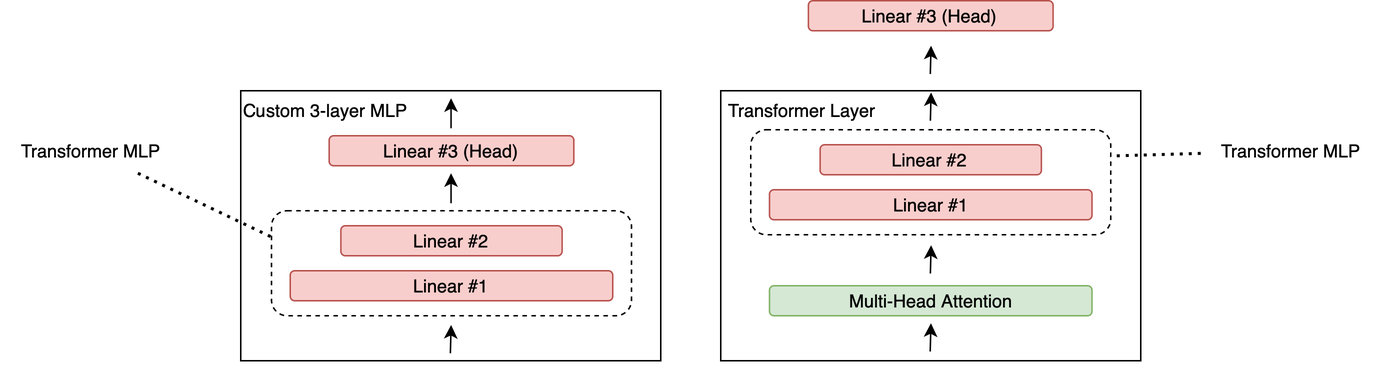
Earlier version of the draw.io export docs/thesis/figures/comparison_shared_mlp_transformer.png (TimCares/MasterThesis). Source tidied: cells renumbered, new cells last; positions are measured from the earlier drawing's top-left corner, leaving out a move shared by most shapes. The source it was exported from:
```xml
<mxGraphModel>
  <root>
    <mxCell id="0" />
    <mxCell id="1" parent="0" />
    <mxCell id="2" value="&lt;div&gt;Custom 3-layer MLP&lt;/div&gt;&lt;div&gt;&lt;br&gt;&lt;/div&gt;&lt;div&gt;&lt;br&gt;&lt;/div&gt;&lt;div&gt;&lt;br&gt;&lt;/div&gt;&lt;div&gt;&lt;br&gt;&lt;/div&gt;&lt;div&gt;&lt;br&gt;&lt;/div&gt;&lt;div&gt;&lt;br&gt;&lt;/div&gt;&lt;div&gt;&lt;br&gt;&lt;/div&gt;&lt;div&gt;&lt;br&gt;&lt;/div&gt;&lt;div&gt;&lt;br&gt;&lt;/div&gt;&lt;div&gt;&lt;br&gt;&lt;/div&gt;&lt;div&gt;&lt;br&gt;&lt;/div&gt;" style="rounded=0;whiteSpace=wrap;html=1;align=left;" parent="1" vertex="1">
      <mxGeometry x="160" y="60" width="280" height="180" as="geometry" />
    </mxCell>
    <mxCell id="3" value="Linear #3 (Head)" style="rounded=1;whiteSpace=wrap;html=1;fillColor=#f8cecc;strokeColor=#b85450;" parent="1" vertex="1">
      <mxGeometry x="218.9" y="90" width="163.1" height="20" as="geometry" />
    </mxCell>
    <mxCell id="4" style="endArrow=classic;html=1;rounded=0;exitX=0.5;exitY=0.938;exitDx=0;exitDy=0;exitPerimeter=0;entryX=0.5;entryY=1;entryDx=0;entryDy=0;" parent="1" edge="1">
      <mxGeometry relative="1" as="geometry">
        <mxPoint x="299.8" y="235" as="sourcePoint" />
        <mxPoint x="300.2" y="216.2" as="targetPoint" />
      </mxGeometry>
    </mxCell>
    <mxCell id="5" style="endArrow=classic;html=1;rounded=0;exitX=0.5;exitY=0.938;exitDx=0;exitDy=0;exitPerimeter=0;entryX=0.5;entryY=1;entryDx=0;entryDy=0;" parent="1" edge="1">
      <mxGeometry relative="1" as="geometry">
        <mxPoint x="300.2" y="135" as="sourcePoint" />
        <mxPoint x="300.2" y="115" as="targetPoint" />
      </mxGeometry>
    </mxCell>
    <mxCell id="6" style="endArrow=classic;html=1;rounded=0;exitX=0.5;exitY=0.938;exitDx=0;exitDy=0;exitPerimeter=0;entryX=0.5;entryY=1;entryDx=0;entryDy=0;" parent="1" edge="1">
      <mxGeometry relative="1" as="geometry">
        <mxPoint x="300.2" y="85" as="sourcePoint" />
        <mxPoint x="300.2" y="65" as="targetPoint" />
      </mxGeometry>
    </mxCell>
    <mxCell id="7" value="&lt;div&gt;&amp;nbsp;Transformer Layer&lt;/div&gt;&lt;div&gt;&lt;br&gt;&lt;/div&gt;&lt;div&gt;&lt;br&gt;&lt;/div&gt;&lt;div&gt;&lt;br&gt;&lt;/div&gt;&lt;div&gt;&lt;br&gt;&lt;/div&gt;&lt;div&gt;&lt;br&gt;&lt;/div&gt;&lt;div&gt;&lt;br&gt;&lt;/div&gt;&lt;div&gt;&lt;br&gt;&lt;/div&gt;&lt;div&gt;&lt;br&gt;&lt;/div&gt;&lt;div&gt;&lt;br&gt;&lt;/div&gt;&lt;div&gt;&lt;br&gt;&lt;/div&gt;&lt;div&gt;&lt;br&gt;&lt;/div&gt;" style="rounded=0;whiteSpace=wrap;html=1;align=left;" parent="1" vertex="1">
      <mxGeometry x="480" y="60" width="280" height="180" as="geometry" />
    </mxCell>
    <mxCell id="8" value="Multi-Head Attention" style="rounded=1;whiteSpace=wrap;html=1;fillColor=#d5e8d4;strokeColor=#82b366;" parent="1" vertex="1">
      <mxGeometry x="512.5" y="190" width="215" height="20" as="geometry" />
    </mxCell>
    <mxCell id="9" value="&lt;div&gt;&lt;br&gt;&lt;/div&gt;" style="rounded=1;whiteSpace=wrap;html=1;dashed=1;align=left;" parent="1" vertex="1">
      <mxGeometry x="500" y="86" width="240" height="70" as="geometry" />
    </mxCell>
    <mxCell id="10" value="Linear #1" style="rounded=1;whiteSpace=wrap;html=1;fillColor=#f8cecc;strokeColor=#b85450;" parent="1" vertex="1">
      <mxGeometry x="512.5" y="126" width="215" height="20" as="geometry" />
    </mxCell>
    <mxCell id="11" value="Linear #2" style="rounded=1;whiteSpace=wrap;html=1;fillColor=#f8cecc;strokeColor=#b85450;" parent="1" vertex="1">
      <mxGeometry x="546.2" y="96" width="147.5" height="20" as="geometry" />
    </mxCell>
    <mxCell id="12" style="endArrow=classic;html=1;rounded=0;exitX=0.5;exitY=0.938;exitDx=0;exitDy=0;exitPerimeter=0;entryX=0.5;entryY=1;entryDx=0;entryDy=0;" parent="1" edge="1">
      <mxGeometry relative="1" as="geometry">
        <mxPoint x="619.6" y="233.8" as="sourcePoint" />
        <mxPoint x="620.1" y="215" as="targetPoint" />
      </mxGeometry>
    </mxCell>
    <mxCell id="13" style="endArrow=classic;html=1;rounded=0;exitX=0.5;exitY=0.938;exitDx=0;exitDy=0;exitPerimeter=0;entryX=0.5;entryY=1;entryDx=0;entryDy=0;" parent="1" edge="1">
      <mxGeometry relative="1" as="geometry">
        <mxPoint x="619.8" y="181.8" as="sourcePoint" />
        <mxPoint x="620.2" y="163" as="targetPoint" />
      </mxGeometry>
    </mxCell>
    <mxCell id="14" style="endArrow=classic;html=1;rounded=0;exitX=0.5;exitY=0.938;exitDx=0;exitDy=0;exitPerimeter=0;entryX=0.5;entryY=1;entryDx=0;entryDy=0;" parent="1" edge="1">
      <mxGeometry relative="1" as="geometry">
        <mxPoint x="619.8" y="80" as="sourcePoint" />
        <mxPoint x="620.2" y="61.2" as="targetPoint" />
      </mxGeometry>
    </mxCell>
    <mxCell id="15" style="endArrow=classic;html=1;rounded=0;exitX=0.5;exitY=0.938;exitDx=0;exitDy=0;exitPerimeter=0;entryX=0.5;entryY=1;entryDx=0;entryDy=0;" parent="1" edge="1">
      <mxGeometry relative="1" as="geometry">
        <mxPoint x="619.7" y="48.8" as="sourcePoint" />
        <mxPoint x="620.2" y="30" as="targetPoint" />
      </mxGeometry>
    </mxCell>
    <mxCell id="16" value="&lt;div&gt;&lt;br&gt;&lt;/div&gt;" style="rounded=1;whiteSpace=wrap;html=1;dashed=1;align=left;" parent="1" vertex="1">
      <mxGeometry x="180.5" y="140" width="240" height="70" as="geometry" />
    </mxCell>
    <mxCell id="17" value="Linear #1" style="rounded=1;whiteSpace=wrap;html=1;fillColor=#f8cecc;strokeColor=#b85450;" parent="1" vertex="1">
      <mxGeometry x="193" y="180" width="215" height="20" as="geometry" />
    </mxCell>
    <mxCell id="18" value="Linear #2" style="rounded=1;whiteSpace=wrap;html=1;fillColor=#f8cecc;strokeColor=#b85450;" parent="1" vertex="1">
      <mxGeometry x="226.8" y="150" width="147.5" height="20" as="geometry" />
    </mxCell>
    <mxCell id="19" value="Linear #3 (Head)" style="rounded=1;whiteSpace=wrap;html=1;fillColor=#f8cecc;strokeColor=#b85450;" parent="1" vertex="1">
      <mxGeometry x="538.4" width="163.1" height="20" as="geometry" />
    </mxCell>
    <mxCell id="20" value="Transformer MLP" style="text;html=1;align=center;verticalAlign=middle;points=[];strokeColor=none;fillColor=none;" parent="1" vertex="1">
      <mxGeometry y="85" width="120" height="30" as="geometry" />
    </mxCell>
    <mxCell id="21" style="endArrow=none;dashed=1;html=1;dashPattern=1 2;strokeWidth=2;rounded=0;entryX=0;entryY=0.25;entryDx=0;entryDy=0;" parent="1" edge="1" source="20" target="16">
      <mxGeometry relative="1" as="geometry" />
    </mxCell>
    <mxCell id="22" value="Transformer MLP" style="text;html=1;align=center;verticalAlign=middle;points=[];strokeColor=none;fillColor=none;" parent="1" vertex="1">
      <mxGeometry x="800" y="85" width="120" height="30" as="geometry" />
    </mxCell>
    <mxCell id="23" style="endArrow=none;dashed=1;html=1;dashPattern=1 2;strokeWidth=2;rounded=0;entryX=1;entryY=0.25;entryDx=0;entryDy=0;" parent="1" edge="1" source="22" target="9">
      <mxGeometry relative="1" as="geometry" />
    </mxCell>
  </root>
</mxGraphModel>
```
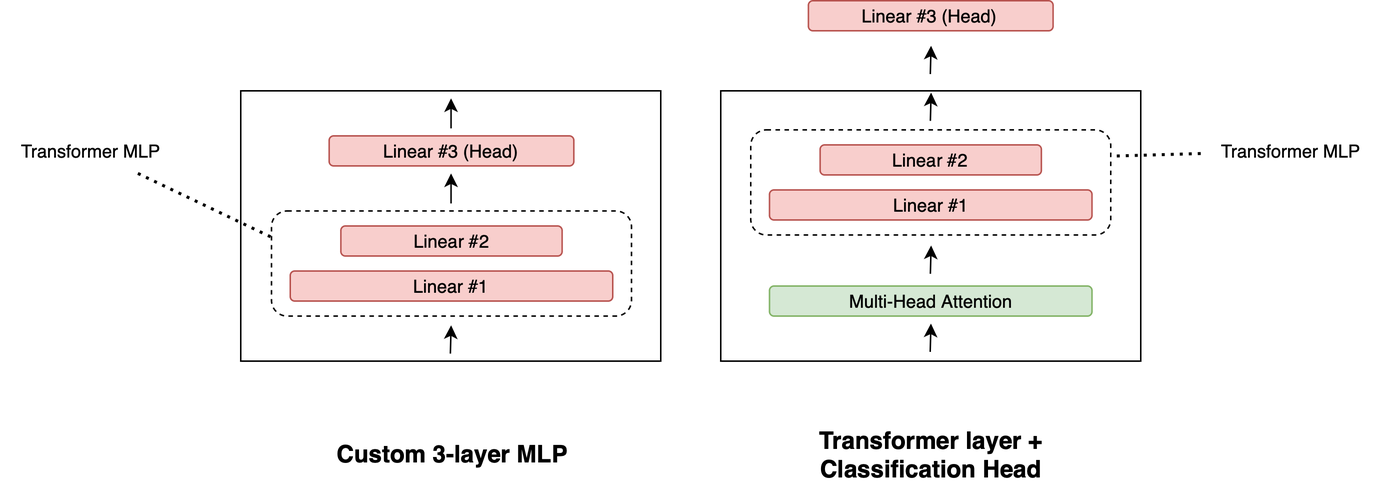
After the commit.

The edit, as a diff of the source:
```diff
@@ -2,7 +2,7 @@
   <root>
     <mxCell id="0" />
     <mxCell id="1" parent="0" />
-    <mxCell id="2" value="&lt;div&gt;Custom 3-layer MLP&lt;/div&gt;&lt;div&gt;&lt;br&gt;&lt;/div&gt;&lt;div&gt;&lt;br&gt;&lt;/div&gt;&lt;div&gt;&lt;br&gt;&lt;/div&gt;&lt;div&gt;&lt;br&gt;&lt;/div&gt;&lt;div&gt;&lt;br&gt;&lt;/div&gt;&lt;div&gt;&lt;br&gt;&lt;/div&gt;&lt;div&gt;&lt;br&gt;&lt;/div&gt;&lt;div&gt;&lt;br&gt;&lt;/div&gt;&lt;div&gt;&lt;br&gt;&lt;/div&gt;&lt;div&gt;&lt;br&gt;&lt;/div&gt;&lt;div&gt;&lt;br&gt;&lt;/div&gt;" style="rounded=0;whiteSpace=wrap;html=1;align=left;" parent="1" vertex="1">
+    <mxCell id="2" value="&lt;div&gt;&lt;br&gt;&lt;/div&gt;" style="rounded=0;whiteSpace=wrap;html=1;align=left;" parent="1" vertex="1">
       <mxGeometry x="160" y="60" width="280" height="180" as="geometry" />
     </mxCell>
     <mxCell id="3" value="Linear #3 (Head)" style="rounded=1;whiteSpace=wrap;html=1;fillColor=#f8cecc;strokeColor=#b85450;" parent="1" vertex="1">
@@ -26,7 +26,7 @@
         <mxPoint x="300.2" y="65" as="targetPoint" />
       </mxGeometry>
     </mxCell>
-    <mxCell id="7" value="&lt;div&gt;&amp;nbsp;Transformer Layer&lt;/div&gt;&lt;div&gt;&lt;br&gt;&lt;/div&gt;&lt;div&gt;&lt;br&gt;&lt;/div&gt;&lt;div&gt;&lt;br&gt;&lt;/div&gt;&lt;div&gt;&lt;br&gt;&lt;/div&gt;&lt;div&gt;&lt;br&gt;&lt;/div&gt;&lt;div&gt;&lt;br&gt;&lt;/div&gt;&lt;div&gt;&lt;br&gt;&lt;/div&gt;&lt;div&gt;&lt;br&gt;&lt;/div&gt;&lt;div&gt;&lt;br&gt;&lt;/div&gt;&lt;div&gt;&lt;br&gt;&lt;/div&gt;&lt;div&gt;&lt;br&gt;&lt;/div&gt;" style="rounded=0;whiteSpace=wrap;html=1;align=left;" parent="1" vertex="1">
+    <mxCell id="7" value="&lt;div&gt;&lt;br&gt;&lt;/div&gt;" style="rounded=0;whiteSpace=wrap;html=1;align=left;" parent="1" vertex="1">
       <mxGeometry x="480" y="60" width="280" height="180" as="geometry" />
     </mxCell>
     <mxCell id="8" value="Multi-Head Attention" style="rounded=1;whiteSpace=wrap;html=1;fillColor=#d5e8d4;strokeColor=#82b366;" parent="1" vertex="1">
@@ -89,5 +89,11 @@
     <mxCell id="23" style="endArrow=none;dashed=1;html=1;dashPattern=1 2;strokeWidth=2;rounded=0;entryX=1;entryY=0.25;entryDx=0;entryDy=0;" parent="1" edge="1" source="22" target="9">
       <mxGeometry relative="1" as="geometry" />
     </mxCell>
+    <mxCell id="24" value="&lt;b style=&quot;font-size: 16px;&quot;&gt;Custom 3-layer MLP&lt;/b&gt;" style="text;html=1;align=center;verticalAlign=middle;strokeColor=none;fillColor=none;" parent="1" vertex="1">
+      <mxGeometry x="210.5" y="288" width="180" height="30" as="geometry" />
+    </mxCell>
+    <mxCell id="25" value="&lt;b style=&quot;font-size: 16px;&quot;&gt;Transformer layer +&lt;/b&gt;&lt;div&gt;&lt;b style=&quot;font-size: 16px;&quot;&gt;Classification Head&lt;/b&gt;&lt;/div&gt;" style="text;html=1;align=center;verticalAlign=middle;strokeColor=none;fillColor=none;" parent="1" vertex="1">
+      <mxGeometry x="535" y="278" width="170" height="50" as="geometry" />
+    </mxCell>
   </root>
 </mxGraphModel>
```
